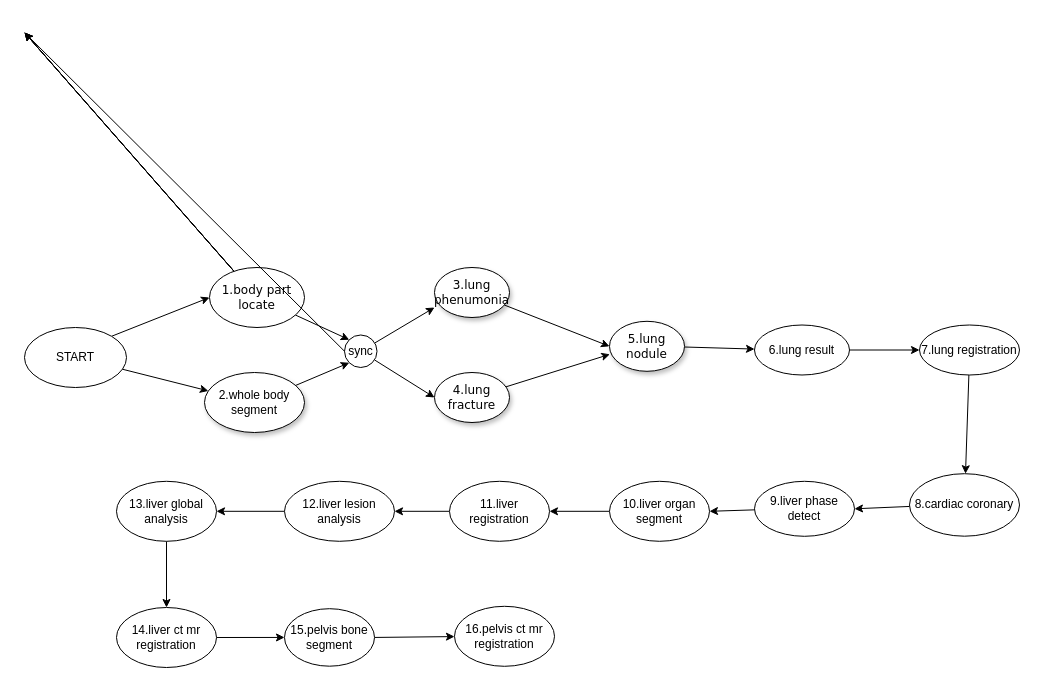
Above: Copy of ai_calculation_workflow.drawio in gmlmaomao/mystorage (draw.io), before the change. Source tidied: cells renumbered, new cells numbered last; positions are measured from the earlier drawing's top-left corner, leaving out a move shared by most shapes. Both pictures are drawn from the tidied source at 100%, with x=0, y=0 at pixel (24, 17).
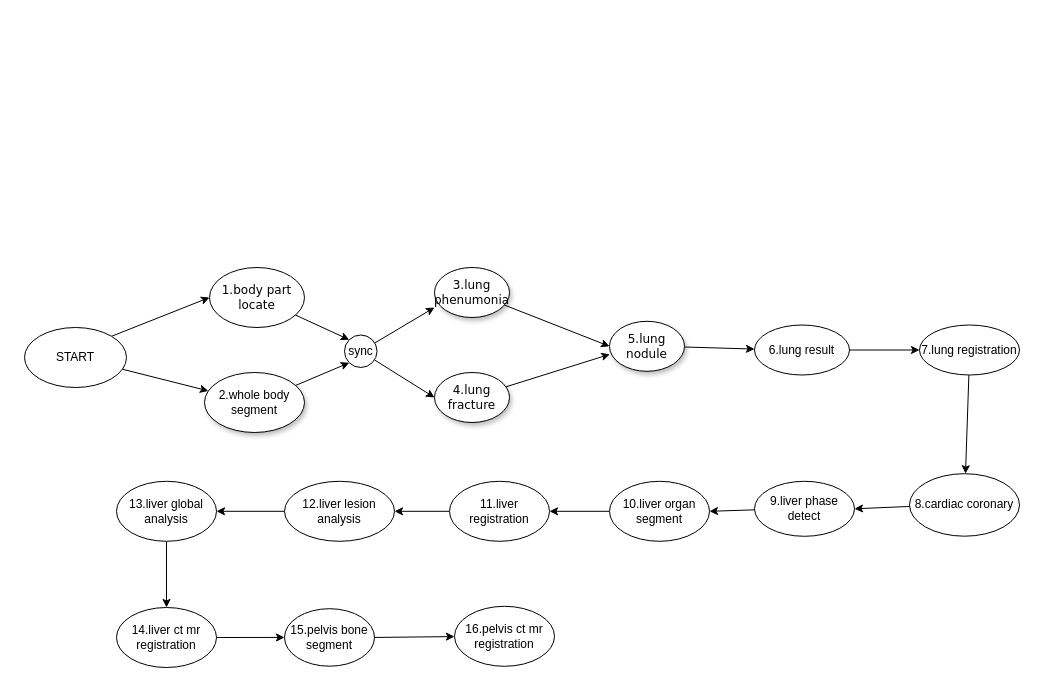
The same page after the edit.

The change refers to these unchanged cells:
```xml
<mxCell id="15" value="&lt;span style=&quot;font-family: &amp;#34;verdana&amp;#34;&quot;&gt;1.body part locate&lt;/span&gt;" style="ellipse;whiteSpace=wrap;html=1;" parent="1" vertex="1">
  <mxGeometry x="185" y="250" width="95" height="60" as="geometry" />
</mxCell>
<mxCell id="40" style="ellipse;whiteSpace=wrap;html=1;" parent="1" vertex="1">
  <mxGeometry height="30" as="geometry" />
</mxCell>
<mxCell id="44" value="sync&lt;br&gt;" style="ellipse;whiteSpace=wrap;html=1;" parent="1" vertex="1">
  <mxGeometry x="320" y="317.5" width="32.5" height="32.5" as="geometry" />
</mxCell>
```

What changed in the source:
```diff
@@
-    <mxCell id="10" style="edgeStyle=none;rounded=0;jettySize=auto;html=1;" parent="1" edge="1" source="15" target="40">
-      <mxGeometry relative="1" as="geometry" />
-    </mxCell>
-    <mxCell id="11" style="edgeStyle=none;rounded=0;jettySize=auto;html=1;" parent="1" edge="1" source="15" target="40">
-      <mxGeometry relative="1" as="geometry" />
-    </mxCell>
-    <mxCell id="12" style="edgeStyle=none;rounded=0;jettySize=auto;html=1;" parent="1" edge="1" source="15" target="40">
-      <mxGeometry relative="1" as="geometry" />
-    </mxCell>
-    <mxCell id="13" style="edgeStyle=none;rounded=0;jettySize=auto;html=1;" parent="1" edge="1" source="15" target="40">
-      <mxGeometry relative="1" as="geometry" />
-    </mxCell>
@@
-    <mxCell id="45" style="edgeStyle=none;rounded=0;jettySize=auto;html=1;entryX=0;entryY=0.5;entryDx=0;entryDy=0;endArrow=none;" parent="1" edge="1" source="40" target="44">
-      <mxGeometry relative="1" as="geometry" />
-    </mxCell>
```
